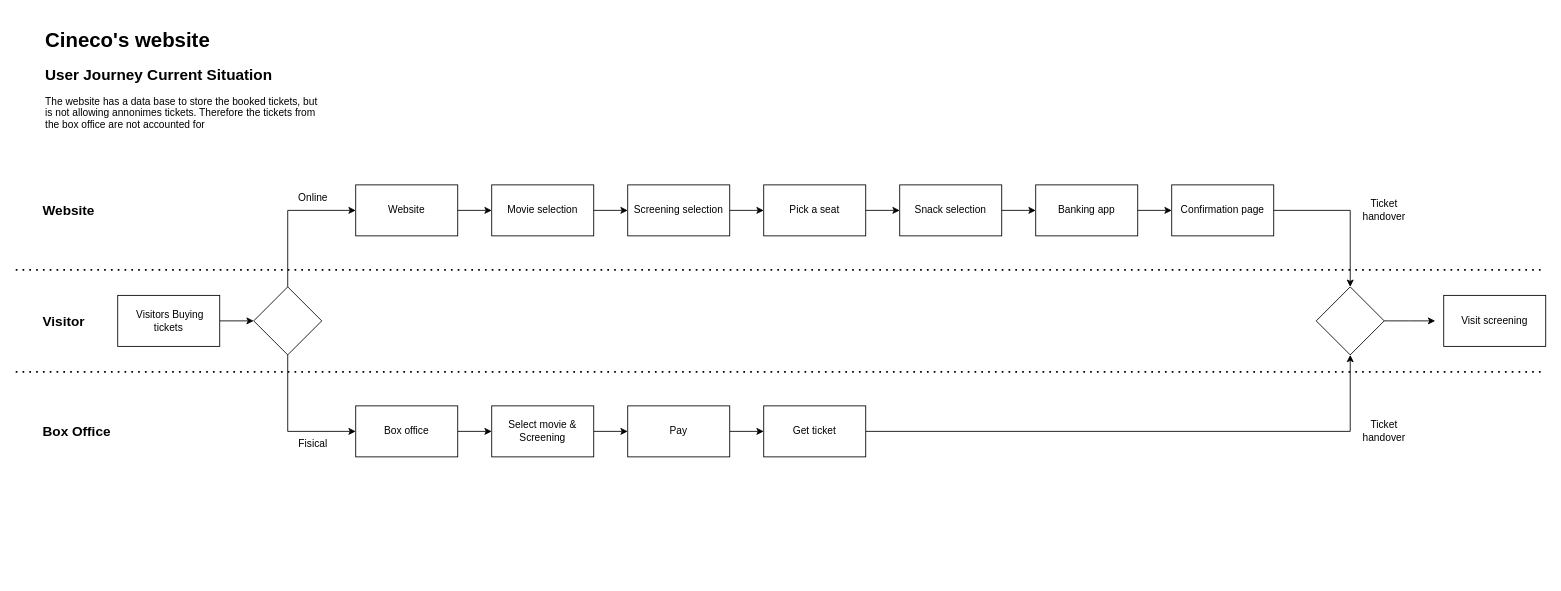
The draw.io diagram Cinema Cineco.drawio in BasGosman-Calco/Business-Analyses, before the edit. Source tidied: cells renumbered, new cells numbered last; positions are measured from the earlier drawing's top-left corner, leaving out a move shared by most shapes. Both pictures are drawn from the tidied source at 85%, with x=0, y=0 at pixel (15, 23).
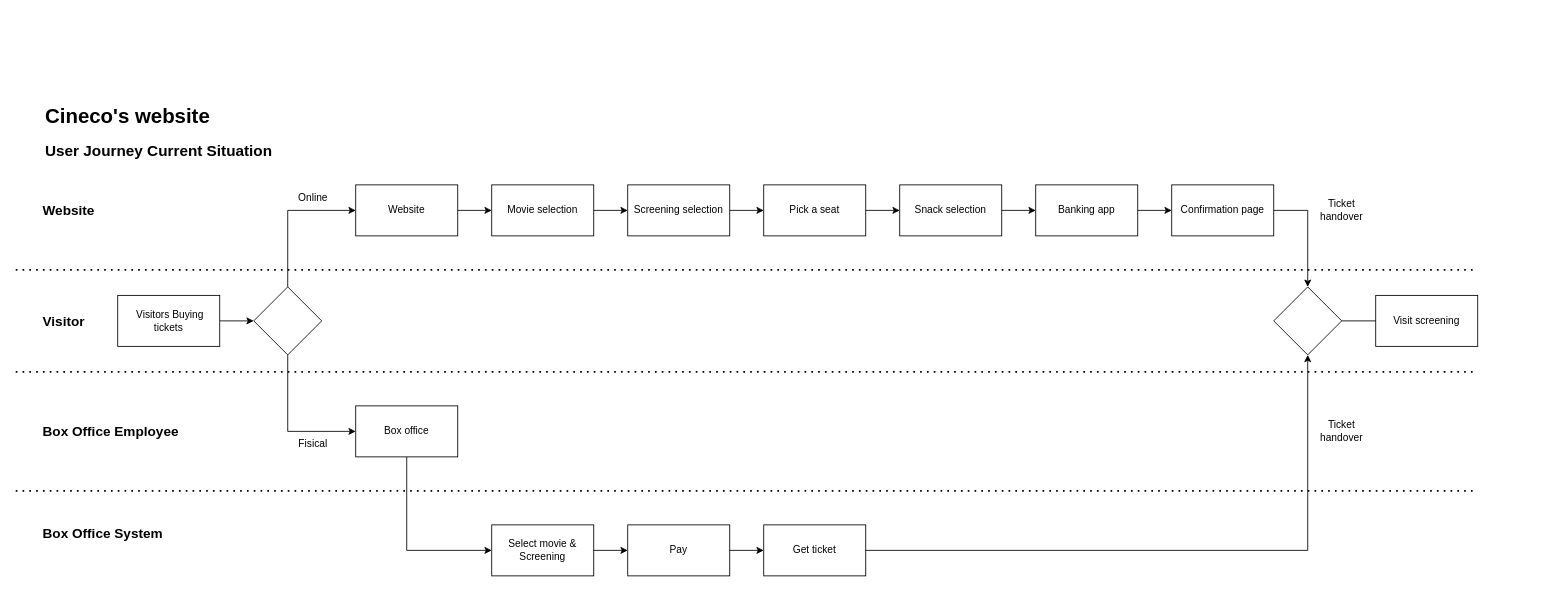
Above is the later version.

The change refers to these unchanged cells:
```xml
<mxCell id="17" value="Box office" style="rounded=0;whiteSpace=wrap;html=1;" parent="1" vertex="1">
  <mxGeometry x="400" y="450" width="120" height="60" as="geometry" />
</mxCell>
```

What changed in the source:
```diff
@@
-    <mxCell id="2" value="&lt;h1&gt;Cineco's website&lt;br&gt;&lt;/h1&gt;&lt;p&gt;&lt;b&gt;&lt;font style=&quot;font-size: 18px;&quot;&gt;User Journey Current Situation&lt;/font&gt;&lt;/b&gt;&lt;br&gt;&lt;/p&gt;&lt;p&gt;The website has a data base to store the booked tickets, but is not allowing annonimes tickets. Therefore the tickets from the box office are not accounted for&lt;br&gt;&lt;/p&gt;" style="text;html=1;strokeColor=none;fillColor=none;spacing=5;spacingTop=-20;whiteSpace=wrap;overflow=hidden;rounded=0;" parent="1" vertex="1">
-      <mxGeometry x="30" width="330" height="130" as="geometry" />
+    <mxCell id="2" value="&lt;h1&gt;Cineco's website&lt;br&gt;&lt;/h1&gt;&lt;p&gt;&lt;b&gt;&lt;font style=&quot;font-size: 18px;&quot;&gt;User Journey Current Situation&lt;/font&gt;&lt;/b&gt;&lt;br&gt;&lt;/p&gt;" style="text;html=1;strokeColor=none;fillColor=none;spacing=5;spacingTop=-20;whiteSpace=wrap;overflow=hidden;rounded=0;" parent="1" vertex="1">
+      <mxGeometry x="30" y="90" width="330" height="130" as="geometry" />
     </mxCell>
@@
-    <mxCell id="16" style="edgeStyle=orthogonalEdgeStyle;rounded=0;jettySize=auto;html=1;" parent="1" edge="1" source="17" target="19">
-      <mxGeometry relative="1" as="geometry" />
+    <mxCell id="16" style="edgeStyle=orthogonalEdgeStyle;rounded=0;jettySize=auto;html=1;entryX=0;entryY=0.5;entryDx=0;entryDy=0;" parent="1" edge="1" source="17" target="19">
+      <mxGeometry relative="1" as="geometry">
+        <Array as="points">
+          <mxPoint x="460" y="620" />
+        </Array>
+      </mxGeometry>
     </mxCell>
@@
     <mxCell id="19" value="Select movie &amp;amp; Screening" style="rounded=0;whiteSpace=wrap;html=1;" parent="1" vertex="1">
-      <mxGeometry x="560" y="450" width="120" height="60" as="geometry" />
+      <mxGeometry x="560" y="590" width="120" height="60" as="geometry" />
     </mxCell>
@@
     <mxCell id="21" value="Pay" style="whiteSpace=wrap;html=1;rounded=0;" parent="1" vertex="1">
-      <mxGeometry x="720" y="450" width="120" height="60" as="geometry" />
+      <mxGeometry x="720" y="590" width="120" height="60" as="geometry" />
     </mxCell>
@@
     <mxCell id="23" value="Get ticket" style="whiteSpace=wrap;html=1;rounded=0;" parent="1" vertex="1">
-      <mxGeometry x="880" y="450" width="120" height="60" as="geometry" />
+      <mxGeometry x="880" y="590" width="120" height="60" as="geometry" />
     </mxCell>
@@
-    <mxCell id="32" style="endArrow=none;dashed=1;html=1;dashPattern=1 3;strokeWidth=2;rounded=0;" parent="1" edge="1">
-      <mxGeometry relative="1" as="geometry">
-        <mxPoint y="290" as="sourcePoint" />
-        <mxPoint x="1800" y="290" as="targetPoint" />
-      </mxGeometry>
-    </mxCell>
-    <mxCell id="33" style="endArrow=none;dashed=1;html=1;dashPattern=1 3;strokeWidth=2;rounded=0;" parent="1" edge="1">
-      <mxGeometry relative="1" as="geometry">
-        <mxPoint y="410" as="sourcePoint" />
-        <mxPoint x="1800" y="410" as="targetPoint" />
-      </mxGeometry>
-    </mxCell>
@@
-    <mxCell id="36" value="&lt;b style=&quot;font-size: 16px;&quot;&gt;Box Office&lt;br style=&quot;font-size: 16px;&quot;&gt;&lt;/b&gt;" style="text;html=1;strokeColor=none;fillColor=none;align=left;verticalAlign=middle;whiteSpace=wrap;rounded=0;fontSize=16;" parent="1" vertex="1">
-      <mxGeometry x="30" y="465" width="100" height="30" as="geometry" />
+    <mxCell id="36" value="&lt;b style=&quot;font-size: 16px;&quot;&gt;Box Office Employee&lt;br style=&quot;font-size: 16px;&quot;&gt;&lt;/b&gt;" style="text;html=1;strokeColor=none;fillColor=none;align=left;verticalAlign=middle;whiteSpace=wrap;rounded=0;fontSize=16;" parent="1" vertex="1">
+      <mxGeometry x="30" y="465" width="200" height="30" as="geometry" />
     </mxCell>
@@
     <mxCell id="38" style="rhombus;whiteSpace=wrap;html=1;" parent="1" vertex="1">
-      <mxGeometry x="1530" y="310" width="80" height="80" as="geometry" />
+      <mxGeometry x="1480" y="310" width="80" height="80" as="geometry" />
     </mxCell>
     <mxCell id="39" value="Visit screening" style="rounded=0;whiteSpace=wrap;html=1;" parent="1" vertex="1">
-      <mxGeometry x="1680" y="320" width="120" height="60" as="geometry" />
+      <mxGeometry x="1600" y="320" width="120" height="60" as="geometry" />
     </mxCell>
     <mxCell id="40" value="Ticket handover" style="text;html=1;strokeColor=none;fillColor=none;align=center;verticalAlign=middle;whiteSpace=wrap;rounded=0;" parent="1" vertex="1">
-      <mxGeometry x="1570" y="465" width="80" height="30" as="geometry" />
+      <mxGeometry x="1520" y="465" width="80" height="30" as="geometry" />
     </mxCell>
     <mxCell id="41" value="Ticket handover" style="text;html=1;strokeColor=none;fillColor=none;align=center;verticalAlign=middle;whiteSpace=wrap;rounded=0;" parent="1" vertex="1">
-      <mxGeometry x="1570" y="205" width="80" height="30" as="geometry" />
+      <mxGeometry x="1520" y="205" width="80" height="30" as="geometry" />
     </mxCell>
+    <mxCell id="42" value="&lt;b style=&quot;font-size: 16px;&quot;&gt;Box Office System&lt;br style=&quot;font-size: 16px;&quot;&gt;&lt;/b&gt;" style="text;html=1;strokeColor=none;fillColor=none;align=left;verticalAlign=middle;whiteSpace=wrap;rounded=0;fontSize=16;" parent="1" vertex="1">
+      <mxGeometry x="30" y="585" width="200" height="30" as="geometry" />
+    </mxCell>
+    <mxCell id="43" style="endArrow=none;dashed=1;html=1;dashPattern=1 3;strokeWidth=2;rounded=0;" parent="1" edge="1">
+      <mxGeometry relative="1" as="geometry">
+        <mxPoint y="290" as="sourcePoint" />
+        <mxPoint x="1720" y="290" as="targetPoint" />
+      </mxGeometry>
+    </mxCell>
+    <mxCell id="44" style="endArrow=none;dashed=1;html=1;dashPattern=1 3;strokeWidth=2;rounded=0;" parent="1" edge="1">
+      <mxGeometry relative="1" as="geometry">
+        <mxPoint y="410" as="sourcePoint" />
+        <mxPoint x="1720" y="410" as="targetPoint" />
+      </mxGeometry>
+    </mxCell>
+    <mxCell id="45" style="endArrow=none;dashed=1;html=1;dashPattern=1 3;strokeWidth=2;rounded=0;" parent="1" edge="1">
+      <mxGeometry relative="1" as="geometry">
+        <mxPoint y="550" as="sourcePoint" />
+        <mxPoint x="1720" y="550" as="targetPoint" />
+      </mxGeometry>
+    </mxCell>
```
